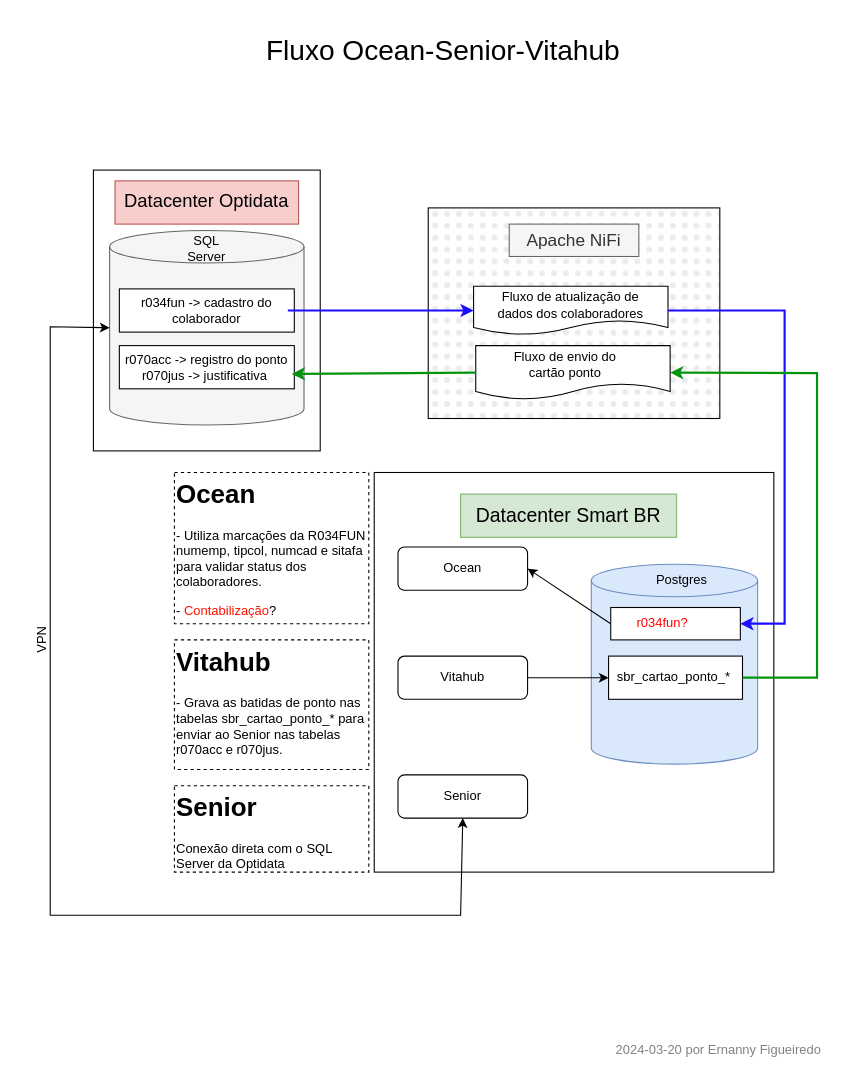
The draw.io diagram Ocean_Senior.drawio in ern85/diagramas, before the edit. Source tidied: cells renumbered, new cells numbered last; positions are measured from the earlier drawing's top-left corner, leaving out a move shared by most shapes. Both pictures are drawn from the tidied source at 108%, with x=0, y=0 at pixel (10, 18).
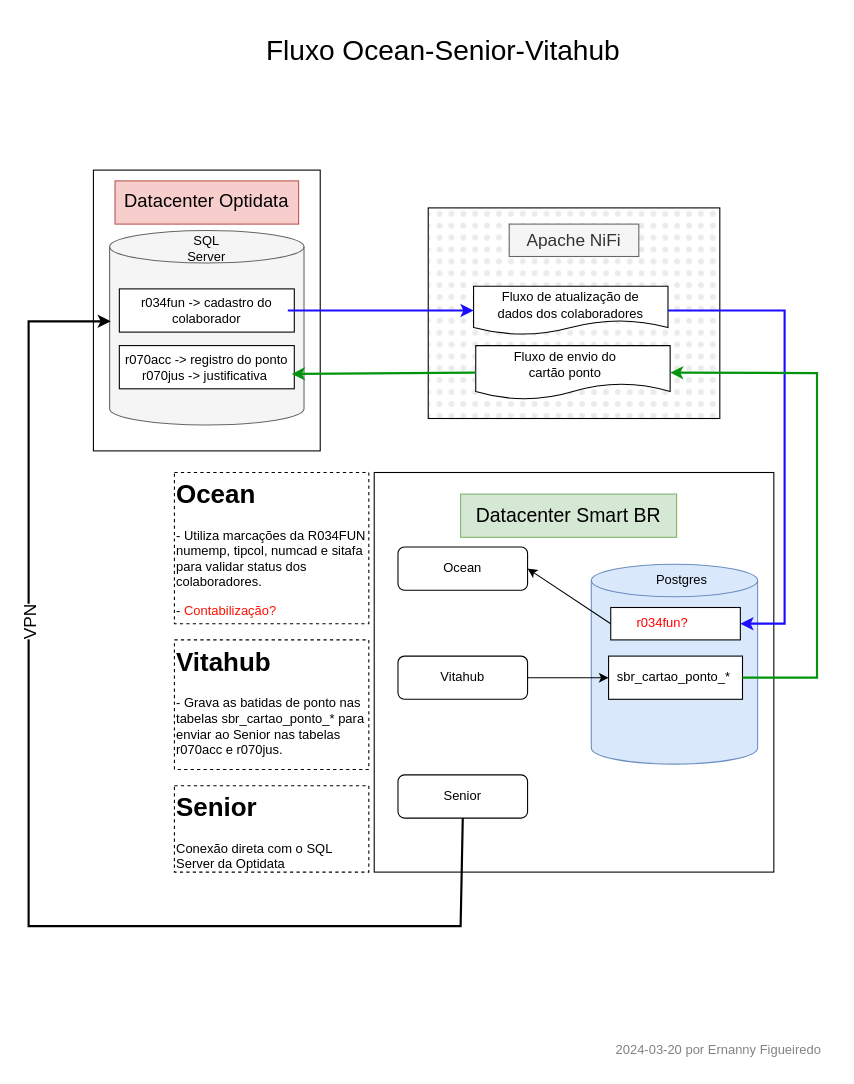
Above is the later version.

Unchanged cells that the change refers to:
```xml
<mxCell id="3" style="shape=cylinder3;whiteSpace=wrap;html=1;boundedLbl=1;backgroundOutline=1;size=15;fillColor=#f5f5f5;fontColor=#333333;strokeColor=#666666;" parent="1" vertex="1">
  <mxGeometry x="92" y="196" width="180" height="180" as="geometry" />
</mxCell>
<mxCell id="12" style="rounded=1;whiteSpace=wrap;html=1;" parent="1" vertex="1">
  <mxGeometry x="359" y="700" width="120" height="40" as="geometry" />
</mxCell>
```

What changed in the source:
```diff
@@
-    <mxCell id="17" value="&lt;h1 style=&quot;margin-top: 0px;&quot;&gt;Ocean&lt;/h1&gt;&lt;p&gt;- Utiliza marcações da R034FUN numemp, tipcol, numcad e sitafa para validar status dos colaboradores.&lt;/p&gt;&lt;p&gt;- &lt;font color=&quot;#ff1100&quot;&gt;Contabilização&lt;/font&gt;?&lt;/p&gt;" style="text;html=1;whiteSpace=wrap;overflow=hidden;rounded=0;strokeColor=default;dashed=1;" parent="1" vertex="1">
+    <mxCell id="17" value="&lt;h1 style=&quot;margin-top: 0px;&quot;&gt;Ocean&lt;/h1&gt;&lt;p&gt;- Utiliza marcações da R034FUN numemp, tipcol, numcad e sitafa para validar status dos colaboradores.&lt;/p&gt;&lt;p&gt;- &lt;font color=&quot;#ff1100&quot;&gt;Contabilizaçã&lt;/font&gt;&lt;font color=&quot;#ff0b03&quot;&gt;o?&lt;/font&gt;&lt;/p&gt;" style="text;html=1;whiteSpace=wrap;overflow=hidden;rounded=0;strokeColor=default;dashed=1;" parent="1" vertex="1">
       <mxGeometry x="152" y="420" width="180" height="140" as="geometry" />
     </mxCell>
@@
-    <mxCell id="31" style="endArrow=classic;startArrow=classic;html=1;rounded=0;entryX=0.5;entryY=1;entryDx=0;entryDy=0;exitX=0;exitY=0.5;exitDx=0;exitDy=0;exitPerimeter=0;" parent="1" edge="1" source="3" target="12">
-      <mxGeometry relative="1" as="geometry">
-        <Array as="points">
-          <mxPoint x="37" y="285" />
-          <mxPoint x="37" y="830" />
-          <mxPoint x="417" y="830" />
-        </Array>
-      </mxGeometry>
-    </mxCell>
@@
+    <mxCell id="43" style="endArrow=classic;html=1;rounded=0;exitX=0.5;exitY=1;exitDx=0;exitDy=0;entryX=0.006;entryY=0.467;entryDx=0;entryDy=0;entryPerimeter=0;strokeWidth=2;" parent="1" edge="1" source="12" target="3">
+      <mxGeometry relative="1" as="geometry">
+        <Array as="points">
+          <mxPoint x="417" y="840" />
+          <mxPoint x="17" y="840" />
+          <mxPoint x="17" y="280" />
+        </Array>
+      </mxGeometry>
+    </mxCell>
-    <mxCell id="42" value="VPN" style="text;html=1;align=center;verticalAlign=middle;whiteSpace=wrap;rounded=0;rotation=270;" parent="1" vertex="1">
-      <mxGeometry y="560" width="60" height="30" as="geometry" />
+    <mxCell id="42" value="&lt;font style=&quot;font-size: 16px;&quot;&gt;VPN&lt;/font&gt;" style="edgeLabel;html=1;align=center;verticalAlign=middle;rotation=270;" parent="43" vertex="1">
+      <mxGeometry relative="1" as="geometry">
+        <mxPoint y="-212" as="offset" />
+      </mxGeometry>
     </mxCell>
```
